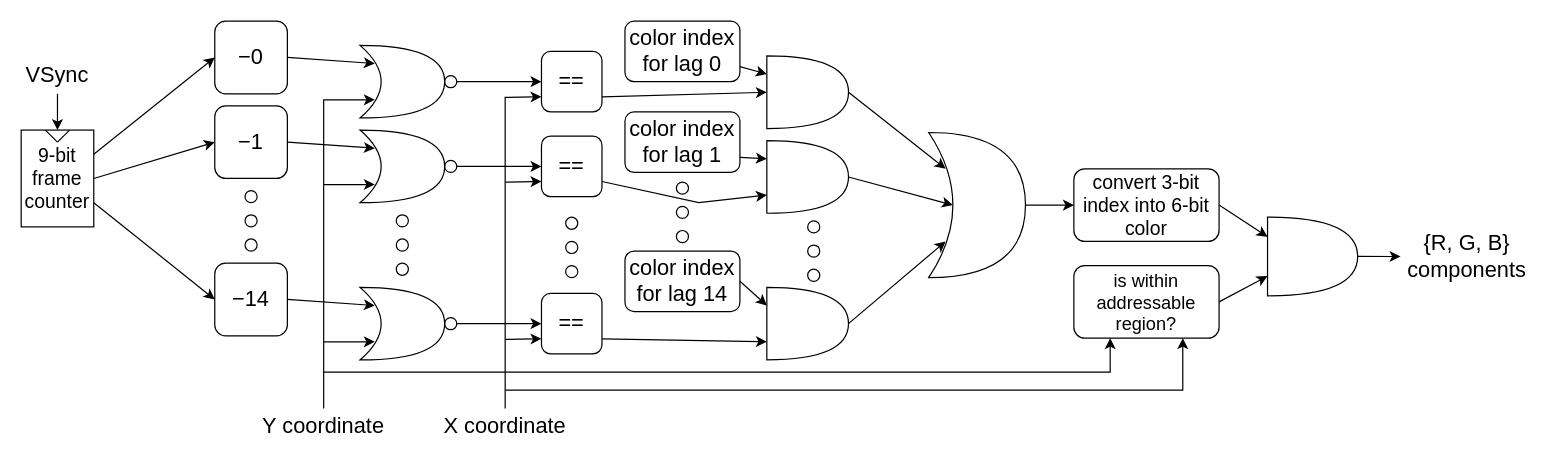
Above: page "munching squares" (2 of 2) of docs/block-diagrams.drawio in zec/tt08-square1 (draw.io), before the change. Source tidied: cells renumbered, new cells numbered last; positions are measured from the earlier drawing's top-left corner, leaving out a move shared by most shapes. Both pictures are drawn from the tidied source at 121%, with x=0, y=0 at pixel (21, 21).
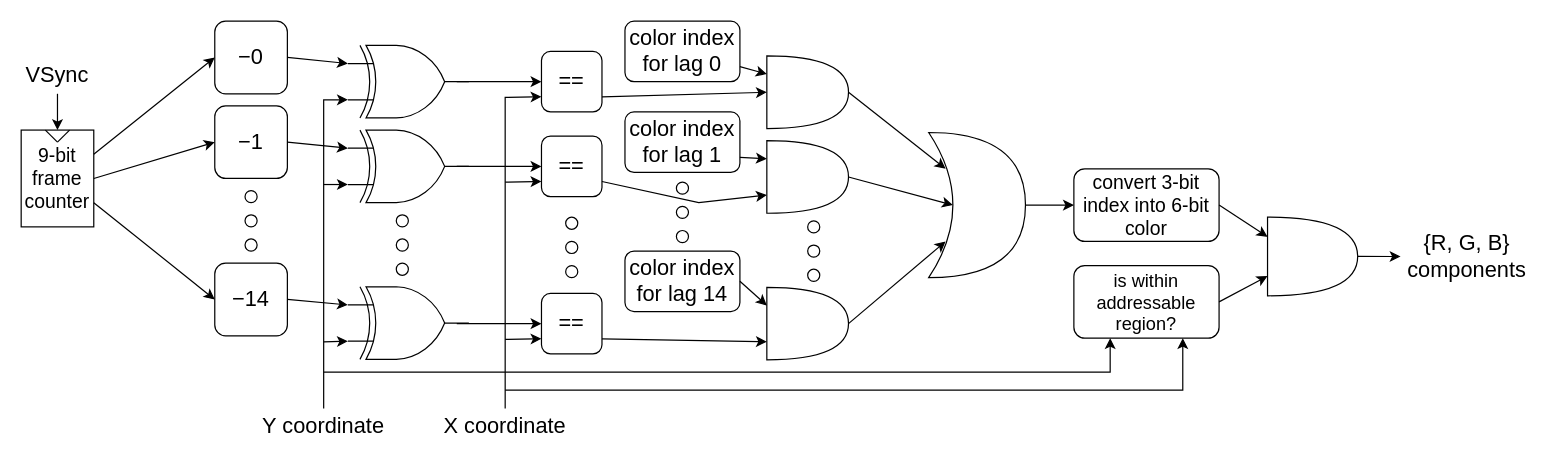
After the change.

Commit message (it also covers changes not shown here):
docs: fixed munching-squares diagram

Some NOR gates should have been XOR gates; this is now fixed.

The change refers to these unchanged cells:
```xml
<mxCell id="3" value="&lt;font style=&quot;font-size: 18px;&quot;&gt;−0&lt;/font&gt;" style="rounded=1;whiteSpace=wrap;html=1;fillColor=none;" parent="1" vertex="1">
  <mxGeometry x="160" width="60" height="60" as="geometry" />
</mxCell>
<mxCell id="18" value="&lt;div&gt;Y coordinate&lt;/div&gt;" style="text;html=1;align=center;verticalAlign=middle;whiteSpace=wrap;rounded=0;fontSize=18;" parent="1" vertex="1">
  <mxGeometry x="190" y="320" width="120" height="30" as="geometry" />
</mxCell>
<mxCell id="26" value="&lt;font style=&quot;font-size: 18px;&quot;&gt;−1&lt;/font&gt;" style="rounded=1;whiteSpace=wrap;html=1;fillColor=none;" parent="1" vertex="1">
  <mxGeometry x="160" y="70" width="60" height="60" as="geometry" />
</mxCell>
<mxCell id="27" value="&lt;font style=&quot;font-size: 18px;&quot;&gt;−14&lt;/font&gt;" style="rounded=1;whiteSpace=wrap;html=1;fillColor=none;" parent="1" vertex="1">
  <mxGeometry x="160" y="200" width="60" height="60" as="geometry" />
</mxCell>
<mxCell id="54" value="&lt;font style=&quot;font-size: 18px;&quot;&gt;==&lt;br&gt;&lt;/font&gt;" style="rounded=1;whiteSpace=wrap;html=1;fillColor=none;" parent="1" vertex="1">
  <mxGeometry x="430" y="225" width="50" height="50" as="geometry" />
</mxCell>
<mxCell id="55" value="&lt;font style=&quot;font-size: 18px;&quot;&gt;==&lt;br&gt;&lt;/font&gt;" style="rounded=1;whiteSpace=wrap;html=1;fillColor=none;" parent="1" vertex="1">
  <mxGeometry x="430" y="95" width="50" height="50" as="geometry" />
</mxCell>
<mxCell id="56" value="&lt;font style=&quot;font-size: 18px;&quot;&gt;==&lt;br&gt;&lt;/font&gt;" style="rounded=1;whiteSpace=wrap;html=1;fillColor=none;" parent="1" vertex="1">
  <mxGeometry x="430" y="25" width="50" height="50" as="geometry" />
</mxCell>
```

The edit, as a diff of the source:
```diff
@@
-    <mxCell id="39" style="group;" parent="1" vertex="1">
-      <mxGeometry x="280" y="90" width="80" height="60" as="geometry" />
-    </mxCell>
-    <mxCell id="40" style="shape=xor;whiteSpace=wrap;html=1;fillColor=none;strokeColor=#000000;direction=north;rotation=90;" parent="39" vertex="1">
-      <mxGeometry x="5" y="-5" width="60" height="70" as="geometry" />
-    </mxCell>
-    <mxCell id="41" style="ellipse;whiteSpace=wrap;html=1;fillColor=none;" parent="39" vertex="1">
-      <mxGeometry x="70" y="25" width="10" height="10" as="geometry" />
-    </mxCell>
-    <mxCell id="42" style="group;" parent="1" vertex="1">
-      <mxGeometry x="280" y="20" width="80" height="60" as="geometry" />
-    </mxCell>
-    <mxCell id="43" style="shape=xor;whiteSpace=wrap;html=1;fillColor=none;strokeColor=#000000;direction=north;rotation=90;" parent="42" vertex="1">
-      <mxGeometry x="5" y="-5" width="60" height="70" as="geometry" />
-    </mxCell>
-    <mxCell id="44" style="ellipse;whiteSpace=wrap;html=1;fillColor=none;" parent="42" vertex="1">
-      <mxGeometry x="70" y="25" width="10" height="10" as="geometry" />
-    </mxCell>
-    <mxCell id="45" style="group;" parent="1" vertex="1">
-      <mxGeometry x="280" y="220" width="80" height="60" as="geometry" />
-    </mxCell>
-    <mxCell id="46" style="shape=xor;whiteSpace=wrap;html=1;fillColor=none;strokeColor=#000000;direction=north;rotation=90;" parent="45" vertex="1">
-      <mxGeometry x="5" y="-5" width="60" height="70" as="geometry" />
-    </mxCell>
-    <mxCell id="47" style="ellipse;whiteSpace=wrap;html=1;fillColor=none;" parent="45" vertex="1">
-      <mxGeometry x="70" y="25" width="10" height="10" as="geometry" />
-    </mxCell>
-    <mxCell id="48" style="endArrow=classic;html=1;rounded=0;exitX=1;exitY=0.5;exitDx=0;exitDy=0;entryX=0.175;entryY=0.25;entryDx=0;entryDy=0;entryPerimeter=0;" parent="1" edge="1" source="27" target="46">
+    <mxCell id="48" style="endArrow=classic;html=1;rounded=0;exitX=1;exitY=0.5;exitDx=0;exitDy=0;entryX=0;entryY=0.25;entryDx=0;entryDy=0;entryPerimeter=0;" parent="1" edge="1" source="27" target="88">
       <mxGeometry relative="1" as="geometry" />
     </mxCell>
-    <mxCell id="49" style="endArrow=classic;html=1;rounded=0;exitX=1;exitY=0.5;exitDx=0;exitDy=0;entryX=0.175;entryY=0.25;entryDx=0;entryDy=0;entryPerimeter=0;" parent="1" edge="1" source="3" target="43">
+    <mxCell id="49" style="endArrow=classic;html=1;rounded=0;exitX=1;exitY=0.5;exitDx=0;exitDy=0;entryX=0;entryY=0.25;entryDx=0;entryDy=0;entryPerimeter=0;" parent="1" edge="1" source="3" target="86">
       <mxGeometry relative="1" as="geometry" />
     </mxCell>
-    <mxCell id="50" style="endArrow=classic;html=1;rounded=0;exitX=1;exitY=0.5;exitDx=0;exitDy=0;entryX=0.175;entryY=0.25;entryDx=0;entryDy=0;entryPerimeter=0;" parent="1" edge="1" source="26" target="40">
+    <mxCell id="50" style="endArrow=classic;html=1;rounded=0;exitX=1;exitY=0.5;exitDx=0;exitDy=0;entryX=0;entryY=0.25;entryDx=0;entryDy=0;entryPerimeter=0;" parent="1" edge="1" source="26" target="87">
       <mxGeometry relative="1" as="geometry" />
     </mxCell>
-    <mxCell id="51" style="endArrow=classic;html=1;rounded=0;exitX=0.5;exitY=0;exitDx=0;exitDy=0;entryX=0.175;entryY=0.75;entryDx=0;entryDy=0;entryPerimeter=0;" parent="1" edge="1" source="18" target="43">
+    <mxCell id="51" style="endArrow=classic;html=1;rounded=0;exitX=0.5;exitY=0;exitDx=0;exitDy=0;entryX=0;entryY=0.75;entryDx=0;entryDy=0;entryPerimeter=0;" parent="1" edge="1" source="18" target="86">
       <mxGeometry relative="1" as="geometry">
         <Array as="points">
           <mxPoint x="250" y="65" />
         </Array>
       </mxGeometry>
     </mxCell>
-    <mxCell id="52" style="endArrow=classic;html=1;rounded=0;entryX=0.175;entryY=0.75;entryDx=0;entryDy=0;entryPerimeter=0;" parent="1" edge="1" target="40">
+    <mxCell id="52" style="endArrow=classic;html=1;rounded=0;entryX=0;entryY=0.75;entryDx=0;entryDy=0;entryPerimeter=0;" parent="1" edge="1" target="87">
       <mxGeometry relative="1" as="geometry">
         <mxPoint x="250" y="135" as="sourcePoint" />
       </mxGeometry>
     </mxCell>
-    <mxCell id="53" style="endArrow=classic;html=1;rounded=0;entryX=0.175;entryY=0.75;entryDx=0;entryDy=0;entryPerimeter=0;" parent="1" edge="1" target="46">
+    <mxCell id="53" style="endArrow=classic;html=1;rounded=0;entryX=0;entryY=0.75;entryDx=0;entryDy=0;entryPerimeter=0;" parent="1" edge="1" target="88">
       <mxGeometry relative="1" as="geometry">
         <mxPoint x="250" y="265" as="sourcePoint" />
       </mxGeometry>
     </mxCell>
@@
-    <mxCell id="57" style="endArrow=classic;html=1;rounded=0;exitX=1;exitY=0.5;exitDx=0;exitDy=0;entryX=0;entryY=0.5;entryDx=0;entryDy=0;" parent="1" edge="1" source="41" target="55">
-      <mxGeometry relative="1" as="geometry" />
+    <mxCell id="57" style="endArrow=classic;html=1;rounded=0;exitX=1;exitY=0.5;exitDx=0;exitDy=0;entryX=0;entryY=0.5;entryDx=0;entryDy=0;" parent="1" edge="1" target="55">
+      <mxGeometry relative="1" as="geometry">
+        <mxPoint x="360" y="120" as="sourcePoint" />
+      </mxGeometry>
     </mxCell>
-    <mxCell id="58" style="endArrow=classic;html=1;rounded=0;exitX=1;exitY=0.5;exitDx=0;exitDy=0;entryX=0;entryY=0.5;entryDx=0;entryDy=0;" parent="1" edge="1" source="47" target="54">
-      <mxGeometry relative="1" as="geometry" />
+    <mxCell id="58" style="endArrow=classic;html=1;rounded=0;exitX=1;exitY=0.5;exitDx=0;exitDy=0;entryX=0;entryY=0.5;entryDx=0;entryDy=0;" parent="1" edge="1" target="54">
+      <mxGeometry relative="1" as="geometry">
+        <mxPoint x="360" y="250" as="sourcePoint" />
+      </mxGeometry>
     </mxCell>
-    <mxCell id="59" style="endArrow=classic;html=1;rounded=0;exitX=1;exitY=0.5;exitDx=0;exitDy=0;entryX=0;entryY=0.5;entryDx=0;entryDy=0;" parent="1" edge="1" source="44" target="56">
-      <mxGeometry relative="1" as="geometry" />
+    <mxCell id="59" style="endArrow=classic;html=1;rounded=0;exitX=1;exitY=0.5;exitDx=0;exitDy=0;entryX=0;entryY=0.5;entryDx=0;entryDy=0;" parent="1" edge="1" target="56">
+      <mxGeometry relative="1" as="geometry">
+        <mxPoint x="360" y="50" as="sourcePoint" />
+      </mxGeometry>
     </mxCell>
@@
+    <mxCell id="86" style="verticalLabelPosition=bottom;shadow=0;dashed=0;align=center;html=1;verticalAlign=top;shape=mxgraph.electrical.logic_gates.logic_gate;operation=xor;" parent="1" vertex="1">
+      <mxGeometry x="270" y="20" width="100" height="60" as="geometry" />
+    </mxCell>
+    <mxCell id="87" style="verticalLabelPosition=bottom;shadow=0;dashed=0;align=center;html=1;verticalAlign=top;shape=mxgraph.electrical.logic_gates.logic_gate;operation=xor;" parent="1" vertex="1">
+      <mxGeometry x="270" y="90" width="100" height="60" as="geometry" />
+    </mxCell>
+    <mxCell id="88" style="verticalLabelPosition=bottom;shadow=0;dashed=0;align=center;html=1;verticalAlign=top;shape=mxgraph.electrical.logic_gates.logic_gate;operation=xor;" parent="1" vertex="1">
+      <mxGeometry x="270" y="219.5" width="100" height="60" as="geometry" />
+    </mxCell>
```
